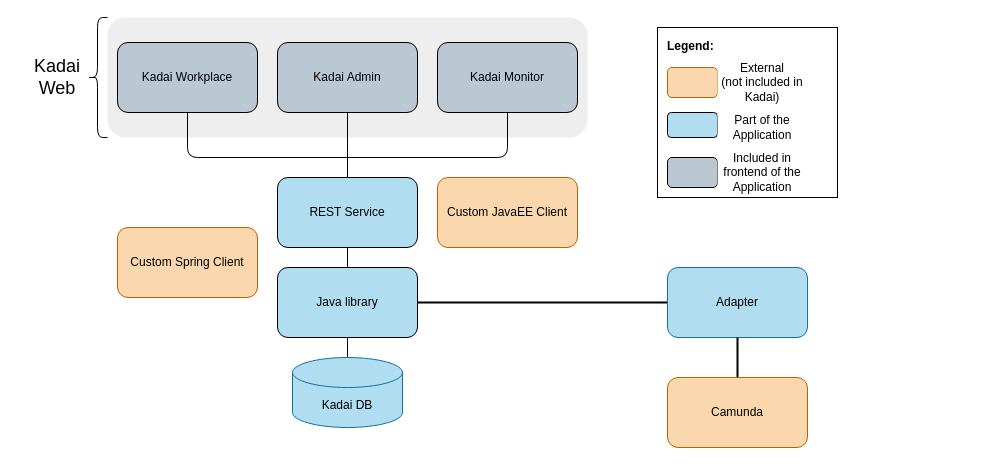
Above: new-doc-structure/first-example/docs/user-guide/core-concepts/architecture.drawio in ryzheboka/taskana-doc (draw.io), before the change. Source tidied: cells renumbered, new cells numbered last; positions are measured from the earlier drawing's top-left corner, leaving out a move shared by most shapes. Both pictures are drawn from the tidied source at 100%, with x=0, y=0 at pixel (17, 17).
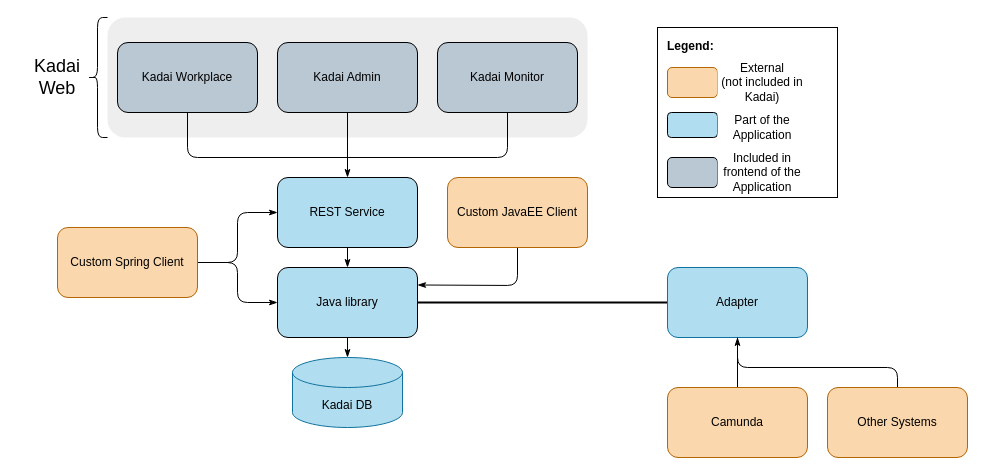
Above is the later version.

Unchanged cells that the change refers to:
```xml
<mxCell id="5" value="Java library" style="rounded=1;whiteSpace=wrap;html=1;fillColor=#b1ddf0;strokeColor=default;" parent="1" vertex="1">
  <mxGeometry x="260" y="250" width="140" height="70" as="geometry" />
</mxCell>
<mxCell id="7" value="Kadai DB" style="shape=cylinder3;whiteSpace=wrap;html=1;boundedLbl=1;backgroundOutline=1;size=15;fillColor=#b1ddf0;strokeColor=#10739e;" parent="1" vertex="1">
  <mxGeometry x="275" y="340" width="110" height="70" as="geometry" />
</mxCell>
<mxCell id="11" value="REST Service" style="rounded=1;whiteSpace=wrap;html=1;fillColor=#b1ddf0;strokeColor=default;" parent="1" vertex="1">
  <mxGeometry x="260" y="160" width="140" height="70" as="geometry" />
</mxCell>
<mxCell id="15" value="Kadai Admin" style="rounded=1;whiteSpace=wrap;html=1;fillColor=#bac8d3;strokeColor=default;" parent="1" vertex="1">
  <mxGeometry x="260" y="25" width="140" height="70" as="geometry" />
</mxCell>
<mxCell id="19" value="Adapter" style="rounded=1;whiteSpace=wrap;html=1;fillColor=#b1ddf0;strokeColor=#10739e;" parent="1" vertex="1">
  <mxGeometry x="650" y="250" width="140" height="70" as="geometry" />
</mxCell>
```

Diff of the diagram source:
```diff
@@
-    <mxCell id="3" style="edgeStyle=none;html=1;exitX=0.5;exitY=0;exitDx=0;exitDy=0;entryX=0.5;entryY=1;entryDx=0;entryDy=0;endArrow=none;endFill=0;strokeColor=default;strokeWidth=1;" parent="1" edge="1" source="5" target="11">
+    <mxCell id="3" style="edgeStyle=none;html=1;exitX=0.5;exitY=0;exitDx=0;exitDy=0;entryX=0.5;entryY=1;entryDx=0;entryDy=0;endArrow=none;endFill=0;strokeColor=default;strokeWidth=1;startArrow=classicThin;startFill=1;" parent="1" edge="1" source="5" target="11">
       <mxGeometry relative="1" as="geometry" />
     </mxCell>
@@
+    <mxCell id="29" style="edgeStyle=none;html=1;exitX=0;exitY=0.5;exitDx=0;exitDy=0;entryX=1;entryY=0.5;entryDx=0;entryDy=0;startArrow=classicThin;startFill=1;endArrow=none;endFill=0;" parent="1" edge="1" source="5" target="13">
+      <mxGeometry relative="1" as="geometry">
+        <Array as="points">
+          <mxPoint x="220" y="285" />
+          <mxPoint x="220" y="245" />
+        </Array>
+      </mxGeometry>
+    </mxCell>
@@
-    <mxCell id="6" style="edgeStyle=none;html=1;exitX=0.5;exitY=0;exitDx=0;exitDy=0;exitPerimeter=0;strokeColor=default;strokeWidth=1;endArrow=none;endFill=0;" parent="1" edge="1" source="7" target="5">
+    <mxCell id="6" style="edgeStyle=none;html=1;exitX=0.5;exitY=0;exitDx=0;exitDy=0;exitPerimeter=0;strokeColor=default;strokeWidth=1;endArrow=none;endFill=0;startArrow=classicThin;startFill=1;" parent="1" edge="1" source="7" target="5">
       <mxGeometry relative="1" as="geometry" />
     </mxCell>
@@
-    <mxCell id="8" style="edgeStyle=none;html=1;exitX=0.5;exitY=0;exitDx=0;exitDy=0;entryX=0.5;entryY=1;entryDx=0;entryDy=0;endArrow=none;endFill=0;strokeColor=default;strokeWidth=1;" parent="1" edge="1" source="11" target="15">
+    <mxCell id="8" style="edgeStyle=none;html=1;exitX=0.5;exitY=0;exitDx=0;exitDy=0;entryX=0.5;entryY=1;entryDx=0;entryDy=0;endArrow=none;endFill=0;strokeColor=default;strokeWidth=1;startArrow=classicThin;startFill=1;" parent="1" edge="1" source="11" target="15">
       <mxGeometry relative="1" as="geometry" />
     </mxCell>
@@
+    <mxCell id="30" style="edgeStyle=none;html=1;exitX=0;exitY=0.5;exitDx=0;exitDy=0;entryX=1;entryY=0.5;entryDx=0;entryDy=0;startArrow=classicThin;startFill=1;endArrow=none;endFill=0;" parent="1" edge="1" source="11" target="13">
+      <mxGeometry relative="1" as="geometry">
+        <Array as="points">
+          <mxPoint x="220" y="195" />
+          <mxPoint x="220" y="245" />
+        </Array>
+      </mxGeometry>
+    </mxCell>
@@
+    <mxCell id="31" style="edgeStyle=none;html=1;exitX=0.5;exitY=1;exitDx=0;exitDy=0;entryX=1;entryY=0.25;entryDx=0;entryDy=0;startArrow=none;startFill=0;endArrow=classicThin;endFill=1;" parent="1" edge="1" source="12" target="5">
+      <mxGeometry relative="1" as="geometry">
+        <Array as="points">
+          <mxPoint x="500" y="268" />
+        </Array>
+      </mxGeometry>
+    </mxCell>
     <mxCell id="12" value="Custom JavaEE Client" style="rounded=1;whiteSpace=wrap;html=1;fillColor=#fad7ac;strokeColor=#b46504;" parent="1" vertex="1">
-      <mxGeometry x="420" y="160" width="140" height="70" as="geometry" />
+      <mxGeometry x="430" y="160" width="140" height="70" as="geometry" />
     </mxCell>
     <mxCell id="13" value="Custom Spring Client" style="rounded=1;whiteSpace=wrap;html=1;fillColor=#fad7ac;strokeColor=#b46504;" parent="1" vertex="1">
-      <mxGeometry x="100" y="210" width="140" height="70" as="geometry" />
+      <mxGeometry x="40" y="210" width="140" height="70" as="geometry" />
     </mxCell>
@@
-    <mxCell id="20" style="edgeStyle=none;html=1;exitX=0.5;exitY=0;exitDx=0;exitDy=0;entryX=0.5;entryY=1;entryDx=0;entryDy=0;fontSize=18;endArrow=none;endFill=0;strokeColor=default;strokeWidth=2;" parent="1" edge="1" source="21" target="19">
+    <mxCell id="20" style="edgeStyle=none;html=1;exitX=0.5;exitY=0;exitDx=0;exitDy=0;entryX=0.5;entryY=1;entryDx=0;entryDy=0;fontSize=18;endArrow=classicThin;endFill=1;strokeColor=default;strokeWidth=1;" parent="1" edge="1" source="21" target="19">
       <mxGeometry relative="1" as="geometry" />
     </mxCell>
     <mxCell id="21" value="Camunda" style="rounded=1;whiteSpace=wrap;html=1;fillColor=#fad7ac;strokeColor=#b46504;" parent="1" vertex="1">
-      <mxGeometry x="650" y="360" width="140" height="70" as="geometry" />
+      <mxGeometry x="650" y="370" width="140" height="70" as="geometry" />
     </mxCell>
@@
+    <mxCell id="32" style="edgeStyle=none;html=1;exitX=0.5;exitY=0;exitDx=0;exitDy=0;startArrow=none;startFill=0;endArrow=none;endFill=0;" parent="1" edge="1" source="33">
+      <mxGeometry relative="1" as="geometry">
+        <mxPoint x="720" y="320" as="targetPoint" />
+        <Array as="points">
+          <mxPoint x="880" y="350" />
+          <mxPoint x="720" y="350" />
+        </Array>
+      </mxGeometry>
+    </mxCell>
+    <mxCell id="33" value="Other Systems" style="rounded=1;whiteSpace=wrap;html=1;fillColor=#fad7ac;strokeColor=#b46504;" parent="1" vertex="1">
+      <mxGeometry x="810" y="370" width="140" height="70" as="geometry" />
+    </mxCell>
```
